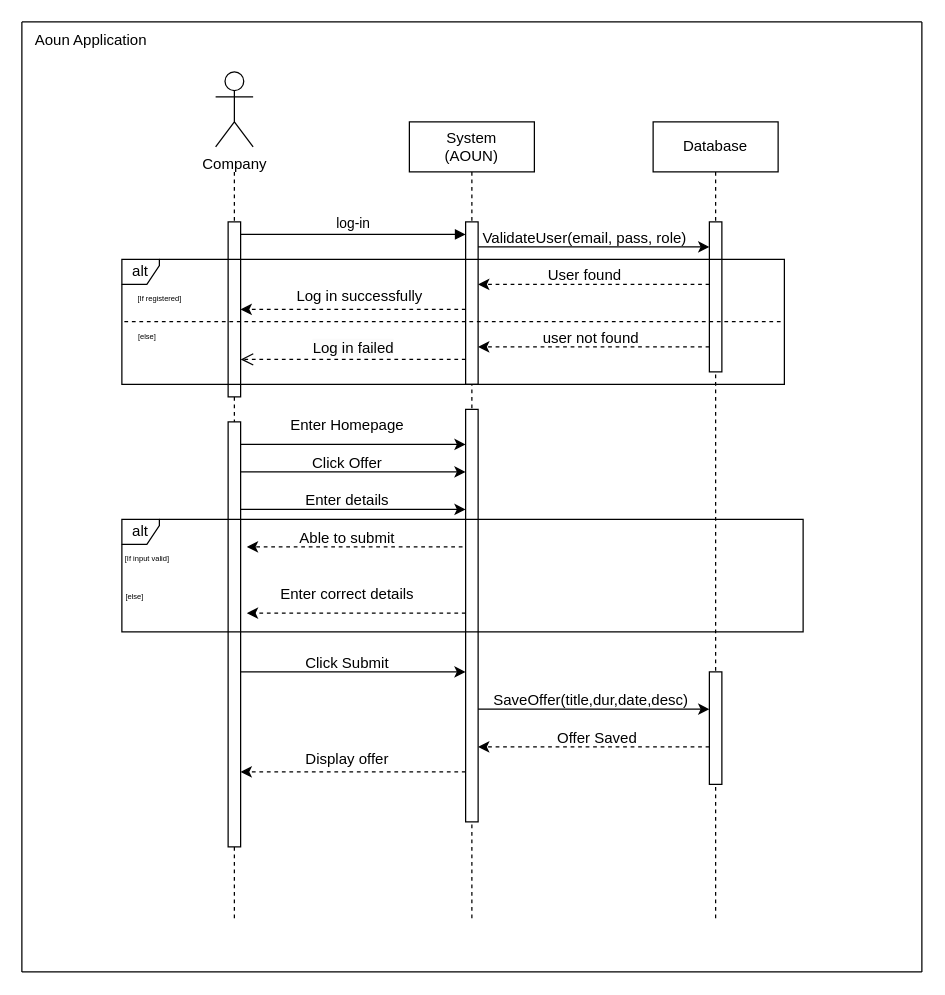
Before: Diagrams/OfferCoopSequence.drawio in saleh300/GP1-report, a draw.io diagram. Source tidied: cells renumbered, new cells numbered last; positions are measured from the earlier drawing's top-left corner, leaving out a move shared by most shapes. Both pictures are drawn from the tidied source at 125%, with x=0, y=0 at pixel (21, 21).
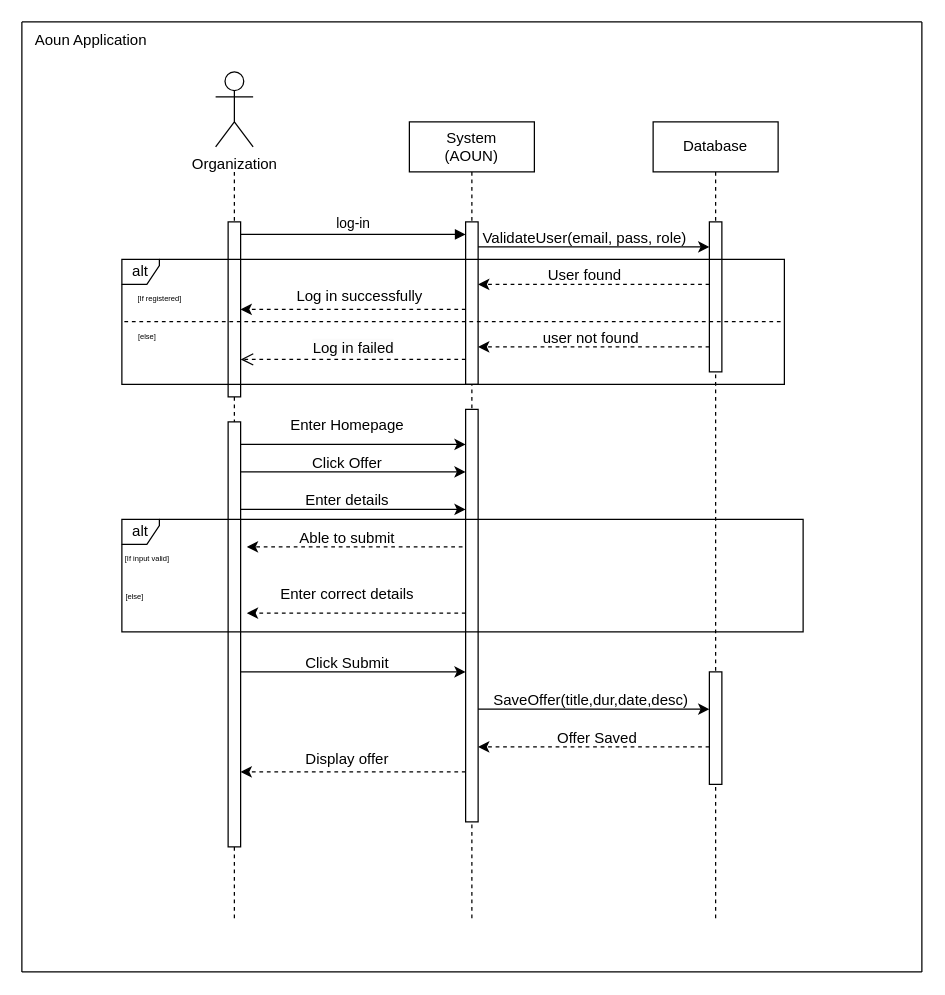
The same page after the edit.

What changed in the source:
```diff
@@
-    <mxCell id="21" value="Company" style="shape=umlActor;verticalLabelPosition=bottom;verticalAlign=top;html=1;" parent="1" vertex="1">
+    <mxCell id="21" value="Organization" style="shape=umlActor;verticalLabelPosition=bottom;verticalAlign=top;html=1;" parent="1" vertex="1">
       <mxGeometry x="155" y="40" width="30" height="60" as="geometry" />
     </mxCell>
```
